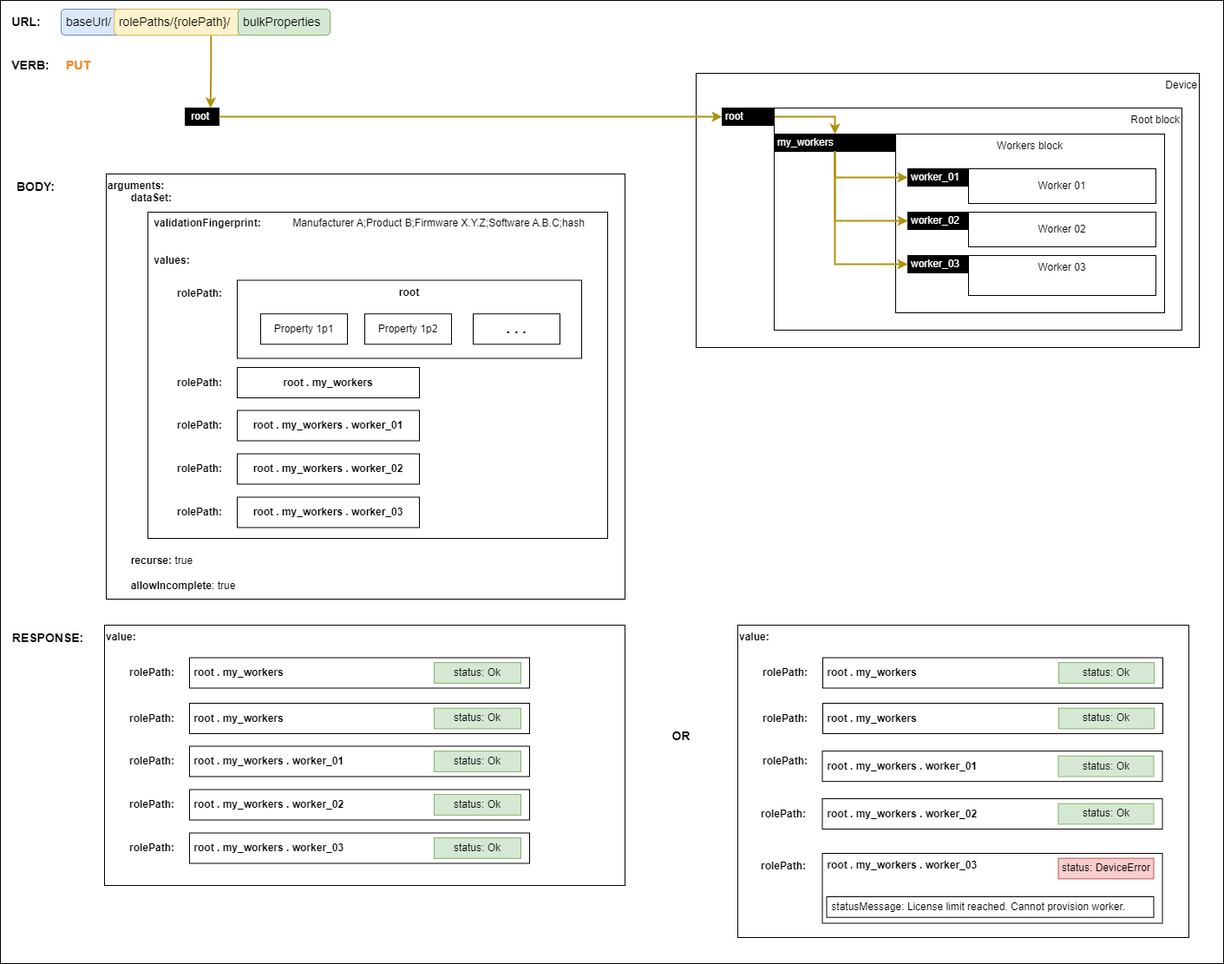
Above: docs/images/restoring-full-backup.png in AMWA-TV/is-device-configuration (draw.io), before the change. Source tidied: cells renumbered, new cells last; positions are measured from the earlier drawing's top-left corner, leaving out a move shared by most shapes.
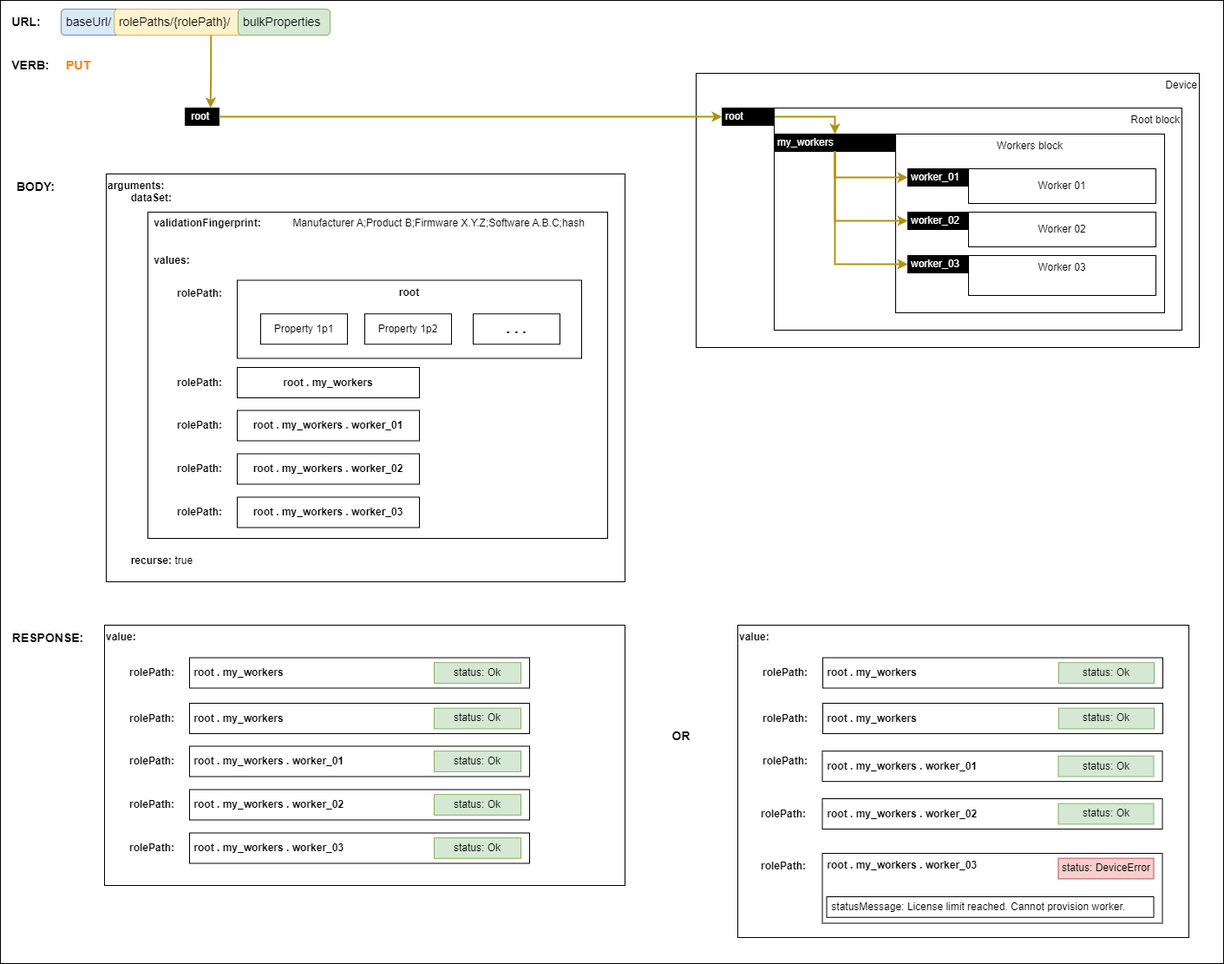
Above is the later version.

Commit message:
Update diagrams in line with latest control feature sets register

The edit, as a diff of the source:
```diff
@@ -5,8 +5,8 @@
     <mxCell id="2" style="rounded=0;whiteSpace=wrap;html=1;" parent="1" vertex="1">
       <mxGeometry width="1410" height="1110" as="geometry" />
     </mxCell>
-    <mxCell id="3" value="&lt;div&gt;&lt;b&gt;arguments:&lt;/b&gt;&lt;/div&gt;&lt;div&gt;&lt;b&gt;&lt;span style=&quot;white-space: pre;&quot;&gt;&#9;&lt;/span&gt;dataSet:&lt;br&gt;&lt;/b&gt;&lt;/div&gt;&lt;div&gt;&lt;br&gt;&lt;/div&gt;&lt;div&gt;&lt;b&gt;&lt;span style=&quot;white-space: pre;&quot;&gt;&lt;span style=&quot;white-space: pre;&quot;&gt;&#9;&lt;/span&gt;&#9;&lt;/span&gt;validationFingerprint:&lt;/b&gt; &lt;span style=&quot;white-space: pre;&quot;&gt;&#9;&lt;/span&gt;&lt;span style=&quot;white-space: pre;&quot;&gt;&#9;&lt;/span&gt;Manufacturer A;Product B;Firmware X.Y.Z;Software A.B.C;hash&lt;br&gt;&lt;/div&gt;&lt;div&gt;&lt;br&gt;&lt;/div&gt;&lt;div&gt;&lt;br&gt;&lt;/div&gt;&lt;b&gt;&lt;span style=&quot;white-space: pre;&quot;&gt;&#9;&lt;span style=&quot;white-space: pre;&quot;&gt;&#9;&lt;/span&gt;&lt;/span&gt;values:&lt;/b&gt;&lt;div&gt;&lt;b&gt;&lt;br&gt;&lt;/b&gt;&lt;/div&gt;&lt;div&gt;&lt;b&gt;&lt;br&gt;&lt;/b&gt;&lt;/div&gt;&lt;div&gt;&lt;b&gt;&lt;br&gt;&lt;/b&gt;&lt;/div&gt;&lt;div&gt;&lt;b&gt;&lt;br&gt;&lt;/b&gt;&lt;/div&gt;&lt;div&gt;&lt;b&gt;&lt;br&gt;&lt;/b&gt;&lt;/div&gt;&lt;div&gt;&lt;b&gt;&lt;br&gt;&lt;/b&gt;&lt;/div&gt;&lt;div&gt;&lt;b&gt;&lt;br&gt;&lt;/b&gt;&lt;/div&gt;&lt;div&gt;&lt;b&gt;&lt;br&gt;&lt;/b&gt;&lt;/div&gt;&lt;div&gt;&lt;b&gt;&lt;br&gt;&lt;/b&gt;&lt;/div&gt;&lt;div&gt;&lt;b&gt;&lt;br&gt;&lt;/b&gt;&lt;/div&gt;&lt;div&gt;&lt;b&gt;&lt;br&gt;&lt;/b&gt;&lt;/div&gt;&lt;div&gt;&lt;b&gt;&lt;br&gt;&lt;/b&gt;&lt;/div&gt;&lt;div&gt;&lt;b&gt;&lt;br&gt;&lt;/b&gt;&lt;/div&gt;&lt;div&gt;&lt;b&gt;&lt;br&gt;&lt;/b&gt;&lt;/div&gt;&lt;div&gt;&lt;b&gt;&lt;br&gt;&lt;/b&gt;&lt;/div&gt;&lt;div&gt;&lt;b&gt;&lt;br&gt;&lt;/b&gt;&lt;/div&gt;&lt;div&gt;&lt;b&gt;&lt;br&gt;&lt;/b&gt;&lt;/div&gt;&lt;div&gt;&lt;b&gt;&lt;br&gt;&lt;/b&gt;&lt;/div&gt;&lt;div&gt;&lt;b&gt;&lt;br&gt;&lt;/b&gt;&lt;/div&gt;&lt;div&gt;&lt;b&gt;&lt;br&gt;&lt;/b&gt;&lt;/div&gt;&lt;div&gt;&lt;b&gt;&lt;br&gt;&lt;/b&gt;&lt;/div&gt;&lt;div&gt;&lt;b&gt;&lt;br&gt;&lt;/b&gt;&lt;/div&gt;&lt;div&gt;&lt;b&gt;&lt;br&gt;&lt;/b&gt;&lt;/div&gt;&lt;div&gt;&lt;b&gt;&lt;span style=&quot;white-space: pre;&quot;&gt;&#9;&lt;/span&gt;recurse:&lt;/b&gt; true&lt;br&gt;&lt;/div&gt;&lt;div&gt;&lt;br&gt;&lt;/div&gt;&lt;div&gt;&lt;span style=&quot;white-space: pre;&quot;&gt;&#9;&lt;/span&gt;&lt;b&gt;allowIncomplete&lt;/b&gt;: true&lt;br&gt;&lt;/div&gt;" style="rounded=0;whiteSpace=wrap;html=1;align=left;verticalAlign=top;" parent="1" vertex="1">
-      <mxGeometry x="122" y="200" width="598" height="490" as="geometry" />
+    <mxCell id="3" value="&lt;div&gt;&lt;b&gt;arguments:&lt;/b&gt;&lt;/div&gt;&lt;div&gt;&lt;b&gt;&lt;span style=&quot;white-space: pre;&quot;&gt;&#9;&lt;/span&gt;dataSet:&lt;br&gt;&lt;/b&gt;&lt;/div&gt;&lt;div&gt;&lt;br&gt;&lt;/div&gt;&lt;div&gt;&lt;b&gt;&lt;span style=&quot;white-space: pre;&quot;&gt;&lt;span style=&quot;white-space: pre;&quot;&gt;&#9;&lt;/span&gt;&#9;&lt;/span&gt;validationFingerprint:&lt;/b&gt; &lt;span style=&quot;white-space: pre;&quot;&gt;&#9;&lt;/span&gt;&lt;span style=&quot;white-space: pre;&quot;&gt;&#9;&lt;/span&gt;Manufacturer A;Product B;Firmware X.Y.Z;Software A.B.C;hash&lt;br&gt;&lt;/div&gt;&lt;div&gt;&lt;br&gt;&lt;/div&gt;&lt;div&gt;&lt;br&gt;&lt;/div&gt;&lt;b&gt;&lt;span style=&quot;white-space: pre;&quot;&gt;&#9;&lt;span style=&quot;white-space: pre;&quot;&gt;&#9;&lt;/span&gt;&lt;/span&gt;values:&lt;/b&gt;&lt;div&gt;&lt;b&gt;&lt;br&gt;&lt;/b&gt;&lt;/div&gt;&lt;div&gt;&lt;b&gt;&lt;br&gt;&lt;/b&gt;&lt;/div&gt;&lt;div&gt;&lt;b&gt;&lt;br&gt;&lt;/b&gt;&lt;/div&gt;&lt;div&gt;&lt;b&gt;&lt;br&gt;&lt;/b&gt;&lt;/div&gt;&lt;div&gt;&lt;b&gt;&lt;br&gt;&lt;/b&gt;&lt;/div&gt;&lt;div&gt;&lt;b&gt;&lt;br&gt;&lt;/b&gt;&lt;/div&gt;&lt;div&gt;&lt;b&gt;&lt;br&gt;&lt;/b&gt;&lt;/div&gt;&lt;div&gt;&lt;b&gt;&lt;br&gt;&lt;/b&gt;&lt;/div&gt;&lt;div&gt;&lt;b&gt;&lt;br&gt;&lt;/b&gt;&lt;/div&gt;&lt;div&gt;&lt;b&gt;&lt;br&gt;&lt;/b&gt;&lt;/div&gt;&lt;div&gt;&lt;b&gt;&lt;br&gt;&lt;/b&gt;&lt;/div&gt;&lt;div&gt;&lt;b&gt;&lt;br&gt;&lt;/b&gt;&lt;/div&gt;&lt;div&gt;&lt;b&gt;&lt;br&gt;&lt;/b&gt;&lt;/div&gt;&lt;div&gt;&lt;b&gt;&lt;br&gt;&lt;/b&gt;&lt;/div&gt;&lt;div&gt;&lt;b&gt;&lt;br&gt;&lt;/b&gt;&lt;/div&gt;&lt;div&gt;&lt;b&gt;&lt;br&gt;&lt;/b&gt;&lt;/div&gt;&lt;div&gt;&lt;b&gt;&lt;br&gt;&lt;/b&gt;&lt;/div&gt;&lt;div&gt;&lt;b&gt;&lt;br&gt;&lt;/b&gt;&lt;/div&gt;&lt;div&gt;&lt;b&gt;&lt;br&gt;&lt;/b&gt;&lt;/div&gt;&lt;div&gt;&lt;b&gt;&lt;br&gt;&lt;/b&gt;&lt;/div&gt;&lt;div&gt;&lt;b&gt;&lt;br&gt;&lt;/b&gt;&lt;/div&gt;&lt;div&gt;&lt;b&gt;&lt;br&gt;&lt;/b&gt;&lt;/div&gt;&lt;div&gt;&lt;b&gt;&lt;br&gt;&lt;/b&gt;&lt;/div&gt;&lt;div&gt;&lt;b&gt;&lt;span style=&quot;white-space: pre;&quot;&gt;&#9;&lt;/span&gt;recurse:&lt;/b&gt; true&lt;/div&gt;" style="rounded=0;whiteSpace=wrap;html=1;align=left;verticalAlign=top;" parent="1" vertex="1">
+      <mxGeometry x="122" y="200" width="598" height="470" as="geometry" />
     </mxCell>
     <mxCell id="4" style="rounded=0;whiteSpace=wrap;html=1;fillColor=none;fontStyle=0;" parent="1" vertex="1">
       <mxGeometry x="170" y="244" width="530" height="376" as="geometry" />
```
